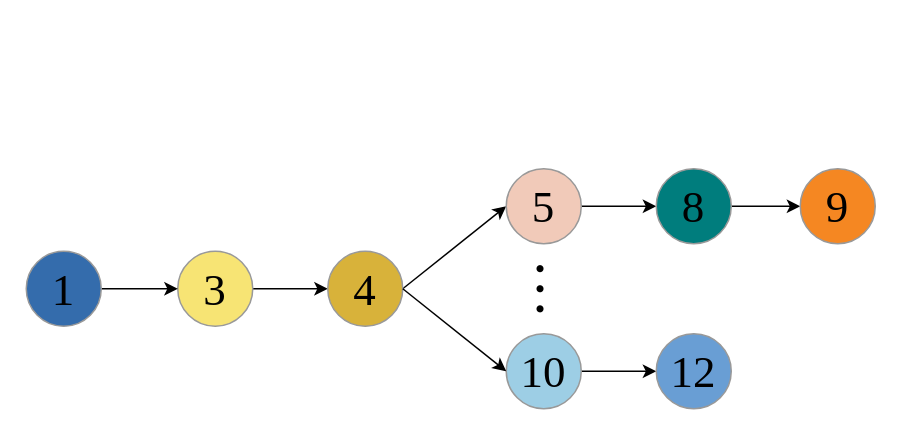
This is page "第 3 页" (3 of 6) of draw_io/microservice.drawio from hongan-yuan/paint_repo, a draw.io file, before an edit. Source tidied: cells renumbered, new cells numbered last; positions are measured from the earlier drawing's top-left corner, leaving out a move shared by most shapes. Both pictures are drawn from the tidied source at 150%, with x=0, y=0 at pixel (26, 168).
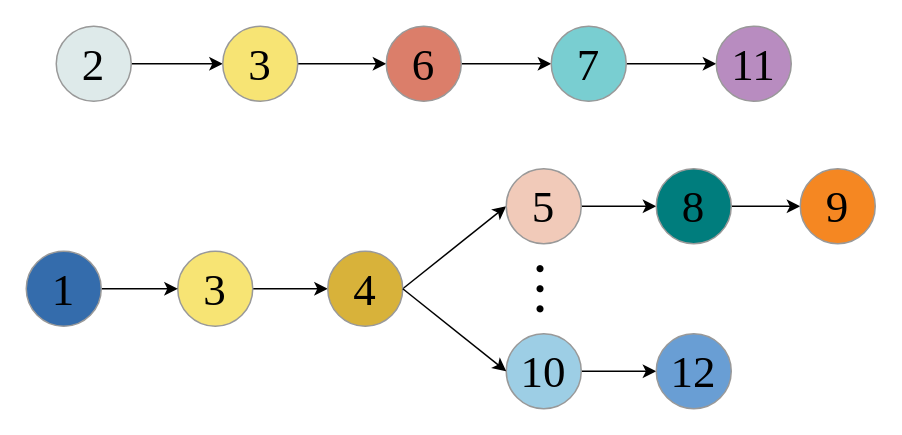
After the change.

Diff of the diagram source:
```diff
@@
+    <mxCell id="19" style="group;" parent="1" vertex="1">
+      <mxGeometry x="20" y="-95" width="490" height="50" as="geometry" />
+    </mxCell>
+    <mxCell id="20" style="edgeStyle=orthogonalEdgeStyle;rounded=0;jettySize=auto;html=1;" parent="19" edge="1" source="21" target="23">
+      <mxGeometry relative="1" as="geometry" />
+    </mxCell>
+    <mxCell id="21" value="&lt;font face=&quot;Times New Roman&quot; style=&quot;font-size: 30px;&quot;&gt;2&lt;/font&gt;" style="ellipse;whiteSpace=wrap;html=1;fillColor=#deeaea;strokeColor=#999999;" parent="19" vertex="1">
+      <mxGeometry width="50" height="50" as="geometry" />
+    </mxCell>
+    <mxCell id="22" style="edgeStyle=orthogonalEdgeStyle;rounded=0;jettySize=auto;html=1;" parent="19" edge="1" source="23" target="25">
+      <mxGeometry relative="1" as="geometry" />
+    </mxCell>
+    <mxCell id="23" value="&lt;font face=&quot;Times New Roman&quot; style=&quot;font-size: 30px;&quot;&gt;3&lt;/font&gt;" style="ellipse;whiteSpace=wrap;html=1;fillColor=#f7e474;strokeColor=#999999;" parent="19" vertex="1">
+      <mxGeometry x="111" width="50" height="50" as="geometry" />
+    </mxCell>
+    <mxCell id="24" style="edgeStyle=orthogonalEdgeStyle;rounded=0;jettySize=auto;html=1;" parent="19" edge="1" source="25" target="27">
+      <mxGeometry relative="1" as="geometry" />
+    </mxCell>
+    <mxCell id="25" value="&lt;font face=&quot;Times New Roman&quot; style=&quot;font-size: 30px;&quot;&gt;6&lt;/font&gt;" style="ellipse;whiteSpace=wrap;html=1;fillColor=#db7e6a;strokeColor=#999999;" parent="19" vertex="1">
+      <mxGeometry x="220" width="50" height="50" as="geometry" />
+    </mxCell>
+    <mxCell id="26" style="edgeStyle=orthogonalEdgeStyle;rounded=0;jettySize=auto;html=1;" parent="19" edge="1" source="27" target="28">
+      <mxGeometry relative="1" as="geometry" />
+    </mxCell>
+    <mxCell id="27" value="&lt;font face=&quot;Times New Roman&quot; style=&quot;font-size: 30px;&quot;&gt;7&lt;/font&gt;" style="ellipse;whiteSpace=wrap;html=1;fillColor=#79ced1;strokeColor=#999999;" parent="19" vertex="1">
+      <mxGeometry x="330" width="50" height="50" as="geometry" />
+    </mxCell>
+    <mxCell id="28" value="&lt;font face=&quot;Times New Roman&quot; style=&quot;font-size: 30px;&quot;&gt;11&lt;/font&gt;" style="ellipse;whiteSpace=wrap;html=1;fillColor=#b88cc0;strokeColor=#999999;" parent="19" vertex="1">
+      <mxGeometry x="440" width="50" height="50" as="geometry" />
+    </mxCell>
```
